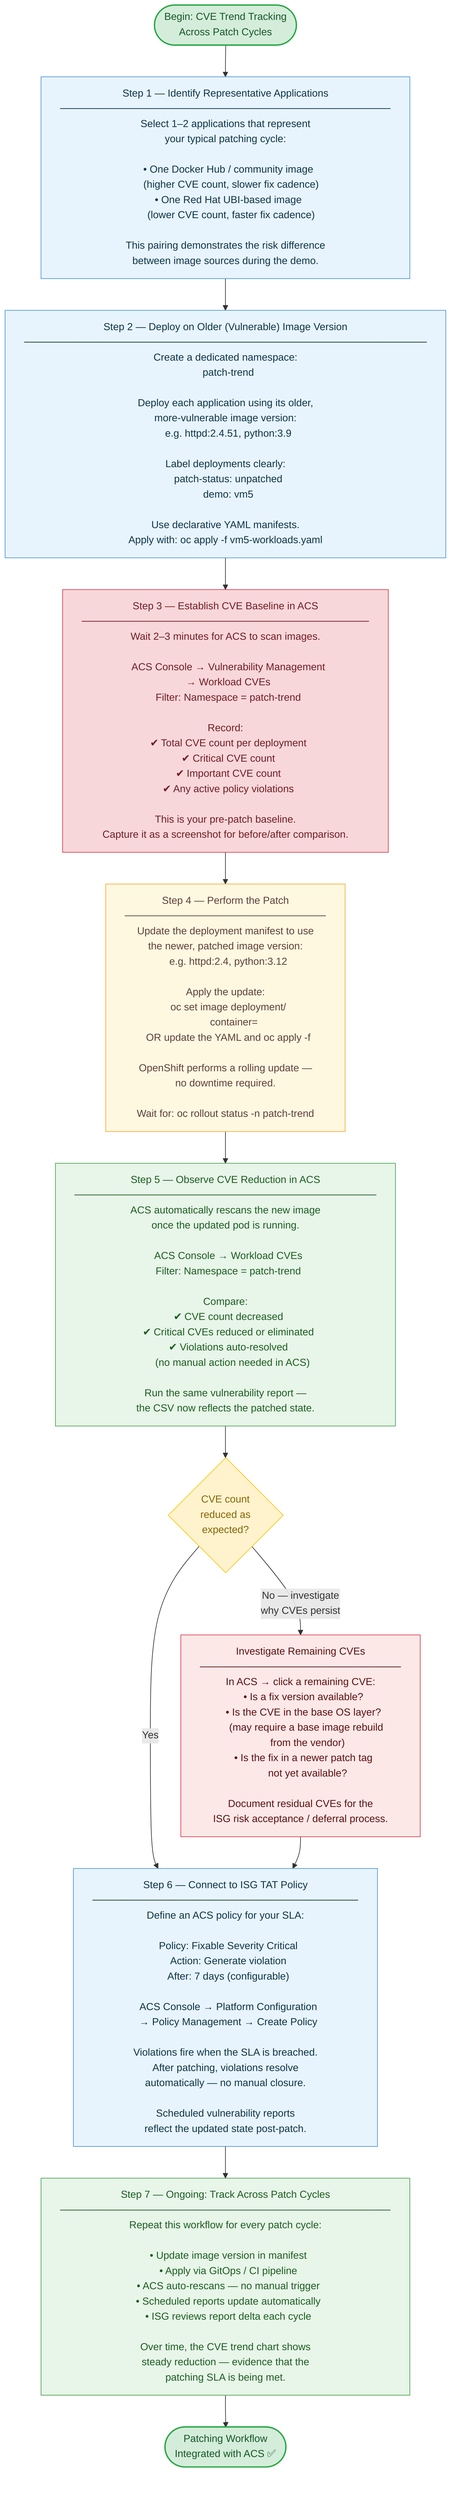
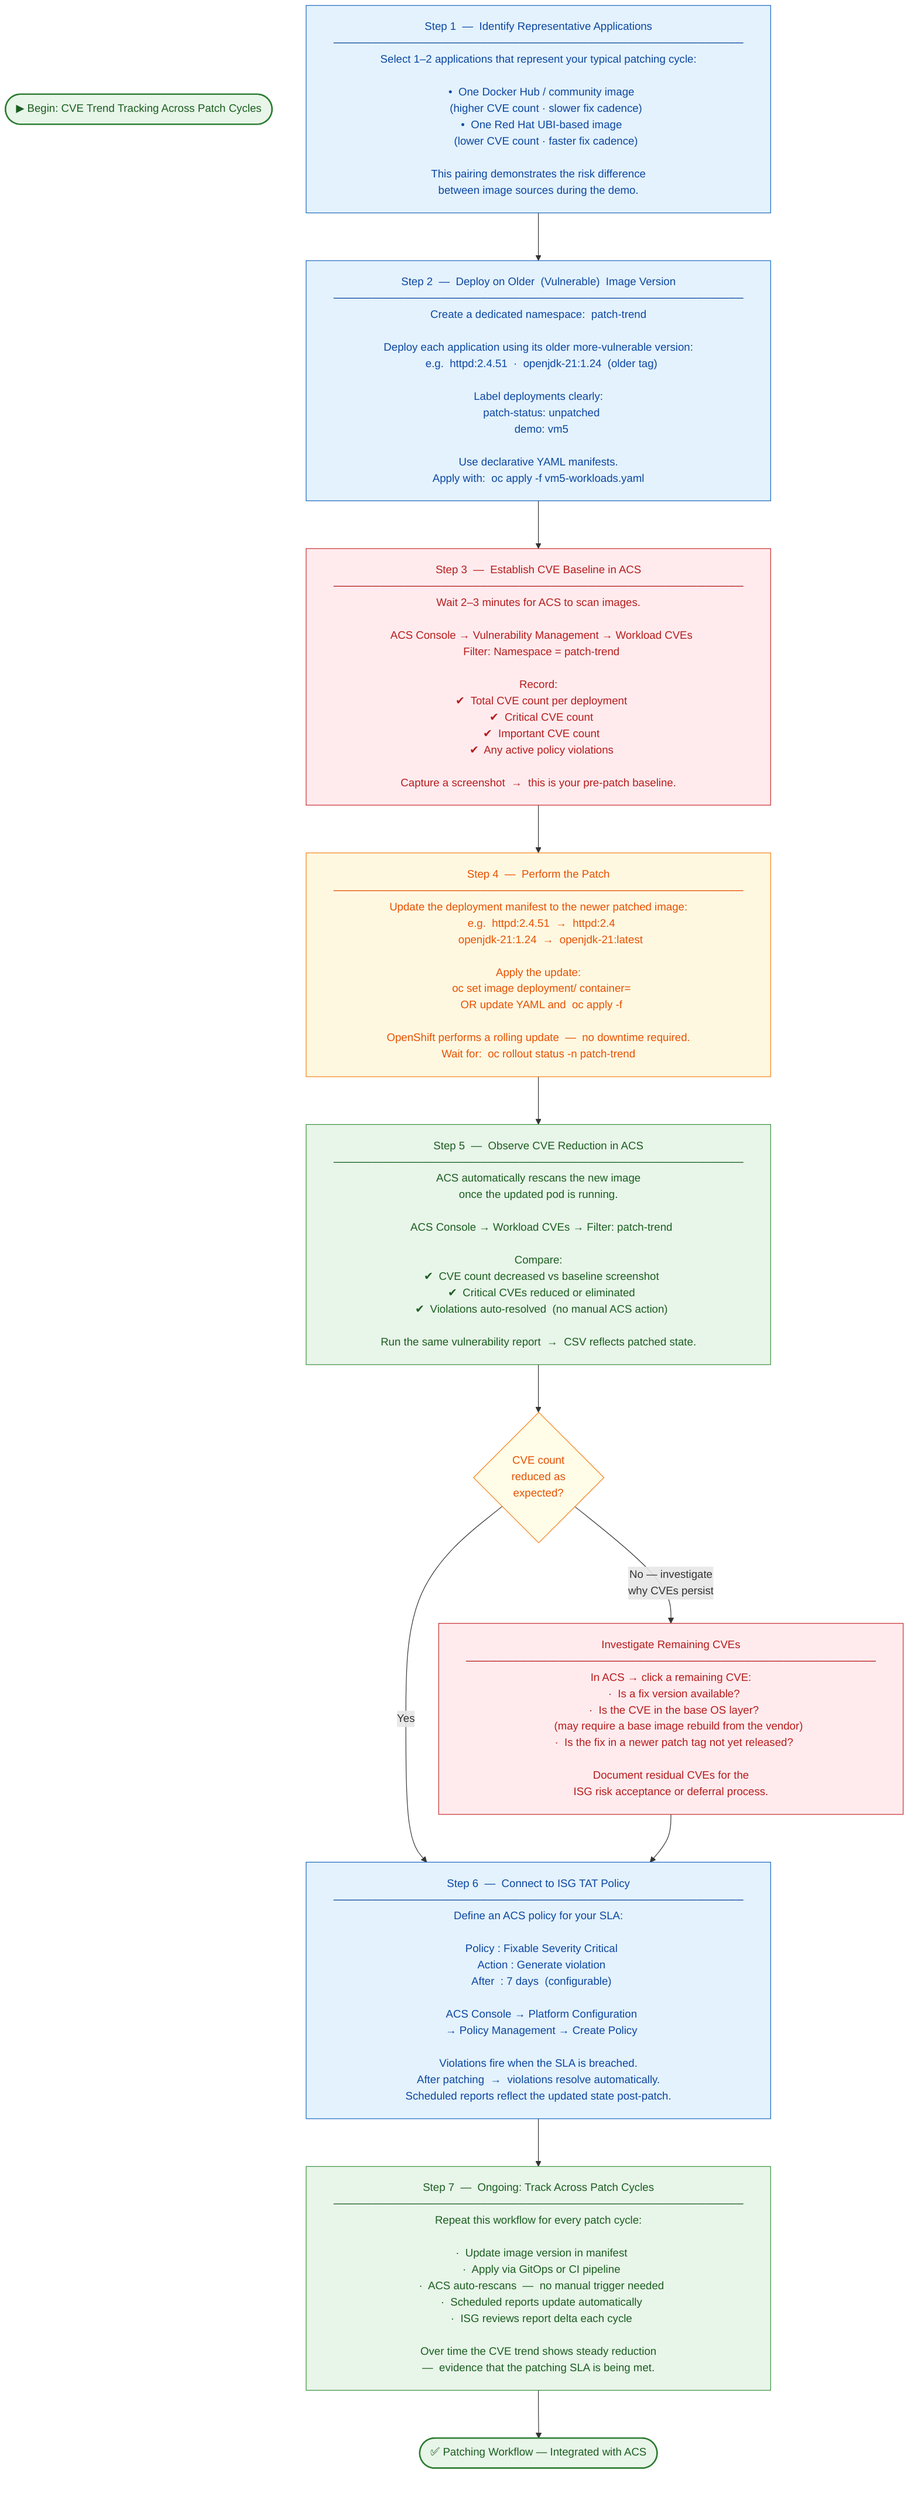
+ %%{init: {'flowchart': {'padding': 20, 'nodeSpacing': 50, 'rankSpacing': 70, 'wrappingWidth': 500}}}%%
flowchart TD

-     START([Begin: CVE Trend Tracking\nAcross Patch Cycles]) --> S1
+     START(["▶  Begin: CVE Trend Tracking Across Patch Cycles"])

-     S1["Step 1 — Identify Representative Applications\n──────────────────────────────────────────────\nSelect 1–2 applications that represent\nyour typical patching cycle:\n\n  • One Docker Hub / community image\n    (higher CVE count, slower fix cadence)\n  • One Red Hat UBI-based image\n    (lower CVE count, faster fix cadence)\n\nThis pairing demonstrates the risk difference\nbetween image sources during the demo."]
+     S1["Step 1  —  Identify Representative Applications\n─────────────────────────────────────────────────────\nSelect 1–2 applications that represent your typical patching cycle:\n\n  •  One Docker Hub / community image\n     (higher CVE count · slower fix cadence)\n  •  One Red Hat UBI-based image\n     (lower CVE count · faster fix cadence)\n\nThis pairing demonstrates the risk difference\nbetween image sources during the demo."]

    S1 --> S2

-     S2["Step 2 — Deploy on Older (Vulnerable) Image Version\n────────────────────────────────────────────────────────\nCreate a dedicated namespace:\n  patch-trend\n\nDeploy each application using its older,\nmore-vulnerable image version:\n  e.g. httpd:2.4.51, python:3.9\n\nLabel deployments clearly:\n  patch-status: unpatched\n  demo: vm5\n\nUse declarative YAML manifests.\nApply with: oc apply -f vm5-workloads.yaml"]
+     S2["Step 2  —  Deploy on Older  (Vulnerable)  Image Version\n─────────────────────────────────────────────────────\nCreate a dedicated namespace:  patch-trend\n\nDeploy each application using its older more-vulnerable version:\n  e.g.  httpd:2.4.51  ·  openjdk-21:1.24  (older tag)\n\nLabel deployments clearly:\n  patch-status: unpatched\n  demo: vm5\n\nUse declarative YAML manifests.\nApply with:  oc apply -f vm5-workloads.yaml"]

    S2 --> S3

-     S3["Step 3 — Establish CVE Baseline in ACS\n────────────────────────────────────────\nWait 2–3 minutes for ACS to scan images.\n\n  ACS Console → Vulnerability Management\n  → Workload CVEs\n  Filter: Namespace = patch-trend\n\nRecord:\n  ✔ Total CVE count per deployment\n  ✔ Critical CVE count\n  ✔ Important CVE count\n  ✔ Any active policy violations\n\nThis is your pre-patch baseline.\nCapture it as a screenshot for before/after comparison."]
+     S3["Step 3  —  Establish CVE Baseline in ACS\n─────────────────────────────────────────────────────\nWait 2–3 minutes for ACS to scan images.\n\n  ACS Console → Vulnerability Management → Workload CVEs\n  Filter: Namespace = patch-trend\n\nRecord:\n  ✔  Total CVE count per deployment\n  ✔  Critical CVE count\n  ✔  Important CVE count\n  ✔  Any active policy violations\n\nCapture a screenshot  →  this is your pre-patch baseline."]

    S3 --> S4

-     S4["Step 4 — Perform the Patch\n────────────────────────────\nUpdate the deployment manifest to use\nthe newer, patched image version:\n  e.g. httpd:2.4, python:3.12\n\nApply the update:\n  oc set image deployment/<name>\n      container=<new-image>\n  OR update the YAML and oc apply -f\n\nOpenShift performs a rolling update —\nno downtime required.\n\nWait for: oc rollout status -n patch-trend"]
+     S4["Step 4  —  Perform the Patch\n─────────────────────────────────────────────────────\nUpdate the deployment manifest to the newer patched image:\n  e.g.  httpd:2.4.51  →  httpd:2.4\n        openjdk-21:1.24  →  openjdk-21:latest\n\nApply the update:\n  oc set image deployment/<name> container=<new-image>\n  OR update YAML and  oc apply -f\n\nOpenShift performs a rolling update  —  no downtime required.\nWait for:  oc rollout status -n patch-trend"]

    S4 --> S5

-     S5["Step 5 — Observe CVE Reduction in ACS\n──────────────────────────────────────────\nACS automatically rescans the new image\nonce the updated pod is running.\n\n  ACS Console → Workload CVEs\n  Filter: Namespace = patch-trend\n\nCompare:\n  ✔ CVE count decreased\n  ✔ Critical CVEs reduced or eliminated\n  ✔ Violations auto-resolved\n     (no manual action needed in ACS)\n\nRun the same vulnerability report —\nthe CSV now reflects the patched state."]
+     S5["Step 5  —  Observe CVE Reduction in ACS\n─────────────────────────────────────────────────────\nACS automatically rescans the new image\nonce the updated pod is running.\n\n  ACS Console → Workload CVEs → Filter: patch-trend\n\nCompare:\n  ✔  CVE count decreased vs baseline screenshot\n  ✔  Critical CVEs reduced or eliminated\n  ✔  Violations auto-resolved  (no manual ACS action)\n\nRun the same vulnerability report  →  CSV reflects patched state."]

    S5 --> CHK1{"CVE count\nreduced as\nexpected?"}
    CHK1 -->|"No — investigate\nwhy CVEs persist"| S6A
    CHK1 -->|"Yes"| S6

-     S6A["Investigate Remaining CVEs\n────────────────────────────\nIn ACS → click a remaining CVE:\n  • Is a fix version available?\n  • Is the CVE in the base OS layer?\n    (may require a base image rebuild\n     from the vendor)\n  • Is the fix in a newer patch tag\n     not yet available?\n\nDocument residual CVEs for the\nISG risk acceptance / deferral process."]
+     S6A["Investigate Remaining CVEs\n─────────────────────────────────────────────────────\nIn ACS → click a remaining CVE:\n  ·  Is a fix version available?\n  ·  Is the CVE in the base OS layer?\n     (may require a base image rebuild from the vendor)\n  ·  Is the fix in a newer patch tag not yet released?\n\nDocument residual CVEs for the\nISG risk acceptance or deferral process."]
    S6A --> S6

-     S6["Step 6 — Connect to ISG TAT Policy\n─────────────────────────────────────\nDefine an ACS policy for your SLA:\n\n  Policy: Fixable Severity Critical\n  Action: Generate violation\n  After: 7 days (configurable)\n\n  ACS Console → Platform Configuration\n  → Policy Management → Create Policy\n\nViolations fire when the SLA is breached.\nAfter patching, violations resolve\nautomatically — no manual closure.\n\nScheduled vulnerability reports\nreflect the updated state post-patch."]
+     S6["Step 6  —  Connect to ISG TAT Policy\n─────────────────────────────────────────────────────\nDefine an ACS policy for your SLA:\n\n  Policy : Fixable Severity Critical\n  Action : Generate violation\n  After  : 7 days  (configurable)\n\n  ACS Console → Platform Configuration\n  → Policy Management → Create Policy\n\nViolations fire when the SLA is breached.\nAfter patching  →  violations resolve automatically.\nScheduled reports reflect the updated state post-patch."]

    S6 --> S7

-     S7["Step 7 — Ongoing: Track Across Patch Cycles\n──────────────────────────────────────────────\nRepeat this workflow for every patch cycle:\n\n  • Update image version in manifest\n  • Apply via GitOps / CI pipeline\n  • ACS auto-rescans — no manual trigger\n  • Scheduled reports update automatically\n  • ISG reviews report delta each cycle\n\nOver time, the CVE trend chart shows\nsteady reduction — evidence that the\npatching SLA is being met."]
+     S7["Step 7  —  Ongoing: Track Across Patch Cycles\n─────────────────────────────────────────────────────\nRepeat this workflow for every patch cycle:\n\n  ·  Update image version in manifest\n  ·  Apply via GitOps or CI pipeline\n  ·  ACS auto-rescans  —  no manual trigger needed\n  ·  Scheduled reports update automatically\n  ·  ISG reviews report delta each cycle\n\nOver time the CVE trend shows steady reduction\n—  evidence that the patching SLA is being met."]

-     S7 --> DONE([Patching Workflow\nIntegrated with ACS ✅])
+     S7 --> DONE(["✅  Patching Workflow  —  Integrated with ACS"])

-     %% Styling
-     style START  fill:#d4edda,color:#155724,stroke:#28a745,stroke-width:2px
-     style DONE   fill:#d4edda,color:#155724,stroke:#28a745,stroke-width:2px
-     style S1     fill:#e8f4fd,color:#0c3547,stroke:#4a90d9,stroke-width:1px
-     style S2     fill:#e8f4fd,color:#0c3547,stroke:#4a90d9,stroke-width:1px
-     style S3     fill:#f8d7da,color:#721c24,stroke:#dc3545,stroke-width:1px
-     style S4     fill:#fff8e1,color:#5d4037,stroke:#f9a825,stroke-width:1px
-     style S5     fill:#e8f5e9,color:#1b5e20,stroke:#43a047,stroke-width:1px
-     style S6     fill:#e8f4fd,color:#0c3547,stroke:#4a90d9,stroke-width:1px
-     style S6A    fill:#fde8e8,color:#5c1010,stroke:#dc3545,stroke-width:1px
-     style S7     fill:#e8f5e9,color:#1b5e20,stroke:#43a047,stroke-width:1px
-     style CHK1   fill:#fff3cd,color:#856404,stroke:#ffc107,stroke-width:1px
+     %% Styles — light backgrounds · dark borders · dark text
+     style START  fill:#e8f5e9,color:#1b5e20,stroke:#2e7d32,stroke-width:2px
+     style DONE   fill:#e8f5e9,color:#1b5e20,stroke:#2e7d32,stroke-width:2px
+     style S1     fill:#e3f2fd,color:#0d47a1,stroke:#1565c0,stroke-width:1px
+     style S2     fill:#e3f2fd,color:#0d47a1,stroke:#1565c0,stroke-width:1px
+     style S3     fill:#ffebee,color:#b71c1c,stroke:#c62828,stroke-width:1px
+     style S4     fill:#fff8e1,color:#e65100,stroke:#f57f17,stroke-width:1px
+     style S5     fill:#e8f5e9,color:#1b5e20,stroke:#388e3c,stroke-width:1px
+     style S6     fill:#e3f2fd,color:#0d47a1,stroke:#1565c0,stroke-width:1px
+     style S6A    fill:#ffebee,color:#b71c1c,stroke:#c62828,stroke-width:1px
+     style S7     fill:#e8f5e9,color:#1b5e20,stroke:#388e3c,stroke-width:1px
+     style CHK1   fill:#fffde7,color:#e65100,stroke:#f57f17,stroke-width:1px
